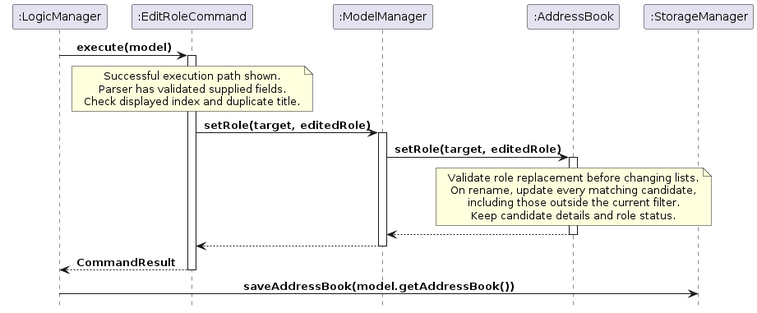
AY2627S1-CS2103-F12-3/tp keeps this PlantUML diagram as diagrams/EditRoleSequenceDiagram.png. Above is the earlier version. Its source is kept beside it as diagrams/EditRoleSequenceDiagram.puml. Source of this version:
```plantuml
@startuml
!include style.puml
skinparam ParticipantFontColor black

participant ":LogicManager" as Logic
participant ":EditRoleCommand" as Command
participant ":ModelManager" as Model
participant ":AddressBook" as AddressBook
participant ":StorageManager" as Storage

Logic -> Command : execute(model)
activate Command
note over Command
Successful execution path shown.
Parser has validated supplied fields.
Check displayed index and duplicate title.
end note
Command -> Model : setRole(target, editedRole)
activate Model
Model -> AddressBook : setRole(target, editedRole)
activate AddressBook
note over AddressBook
Validate role replacement before changing lists.
On rename, update every matching candidate,
including those outside the current filter.
Keep candidate details and role status.
end note
AddressBook --> Model
deactivate AddressBook
Model --> Command
deactivate Model
Command --> Logic : CommandResult
deactivate Command
Logic -> Storage : saveAddressBook(model.getAddressBook())
@enduml
```
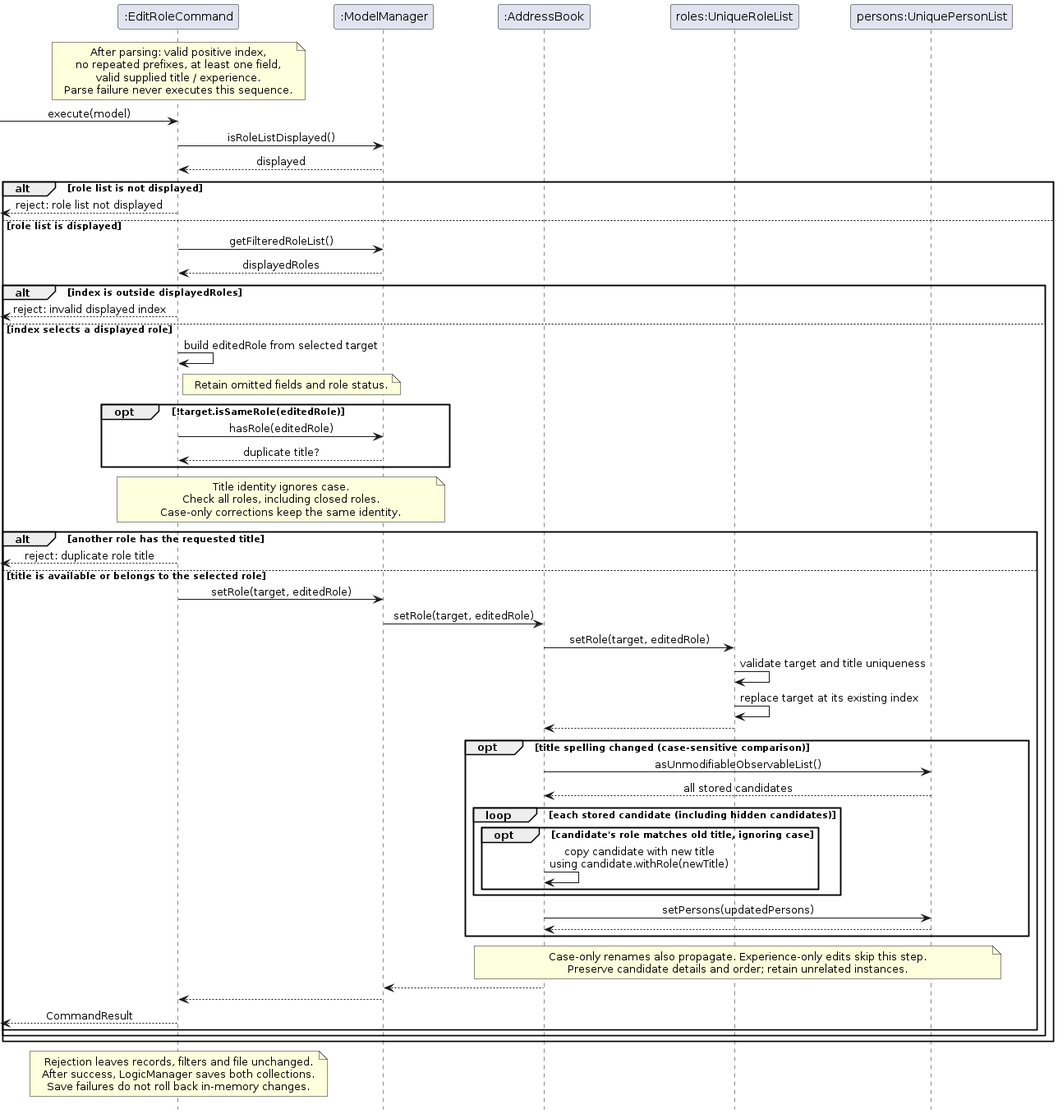
After the change.

Change to the diagram source:
```diff
@@ -1,35 +1,84 @@
 @startuml
 !include style.puml
 skinparam ParticipantFontColor black
+skinparam ArrowFontStyle plain
 
-participant ":LogicManager" as Logic
 participant ":EditRoleCommand" as Command
 participant ":ModelManager" as Model
 participant ":AddressBook" as AddressBook
-participant ":StorageManager" as Storage
+participant "roles:UniqueRoleList" as Roles
+participant "persons:UniquePersonList" as Persons
 
-Logic -> Command : execute(model)
-activate Command
 note over Command
-Successful execution path shown.
-Parser has validated supplied fields.
-Check displayed index and duplicate title.
+After parsing: valid positive index,
+no repeated prefixes, at least one field,
+valid supplied title / experience.
+Parse failure never executes this sequence.
 end note
-Command -> Model : setRole(target, editedRole)
-activate Model
-Model -> AddressBook : setRole(target, editedRole)
-activate AddressBook
-note over AddressBook
-Validate role replacement before changing lists.
-On rename, update every matching candidate,
-including those outside the current filter.
-Keep candidate details and role status.
+
+[-> Command : execute(model)
+Command -> Model : isRoleListDisplayed()
+Model --> Command : displayed
+alt role list is not displayed
+    [<-- Command : reject: role list not displayed
+else role list is displayed
+    Command -> Model : getFilteredRoleList()
+    Model --> Command : displayedRoles
+    alt index is outside displayedRoles
+        [<-- Command : reject: invalid displayed index
+    else index selects a displayed role
+        Command -> Command : build editedRole from selected target
+        note right of Command
+        Retain omitted fields and role status.
+        end note
+
+        opt !target.isSameRole(editedRole)
+            Command -> Model : hasRole(editedRole)
+            Model --> Command : duplicate title?
+        end
+        note over Command, Model
+        Title identity ignores case.
+        Check all roles, including closed roles.
+        Case-only corrections keep the same identity.
+        end note
+
+        alt another role has the requested title
+            [<-- Command : reject: duplicate role title
+        else title is available or belongs to the selected role
+            Command -> Model : setRole(target, editedRole)
+            Model -> AddressBook : setRole(target, editedRole)
+            AddressBook -> Roles : setRole(target, editedRole)
+            Roles -> Roles : validate target and title uniqueness
+            Roles -> Roles : replace target at its existing index
+            Roles --> AddressBook
+
+            opt title spelling changed (case-sensitive comparison)
+                AddressBook -> Persons : asUnmodifiableObservableList()
+                Persons --> AddressBook : all stored candidates
+                loop each stored candidate (including hidden candidates)
+                    opt candidate's role matches old title, ignoring case
+                        AddressBook -> AddressBook : copy candidate with new title\nusing candidate.withRole(newTitle)
+                    end
+                end
+                AddressBook -> Persons : setPersons(updatedPersons)
+                Persons --> AddressBook
+            end
+            note over AddressBook, Persons
+        Case-only renames also propagate. Experience-only edits skip this step.
+        Preserve candidate details and order; retain unrelated instances.
+            end note
+
+            AddressBook --> Model
+            Model --> Command
+            [<-- Command : CommandResult
+        end
+
+    end
+end
+
+note over Command
+Rejection leaves records, filters and file unchanged.
+After success, LogicManager saves both collections.
+Save failures do not roll back in-memory changes.
 end note
-AddressBook --> Model
-deactivate AddressBook
-Model --> Command
-deactivate Model
-Command --> Logic : CommandResult
-deactivate Command
-Logic -> Storage : saveAddressBook(model.getAddressBook())
 @enduml
```
